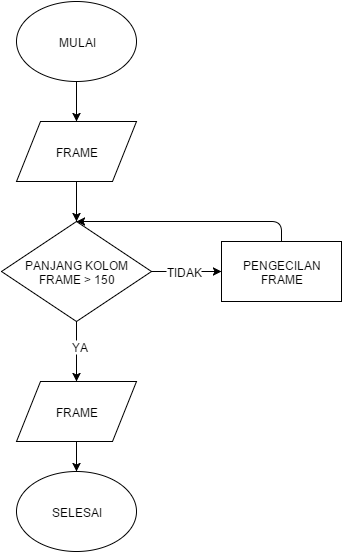
The draw.io diagram source/resizing.png in hamdimuzakkiy/bukuTA, before a commit. Source tidied: cells renumbered, new cells last; positions are measured from the earlier drawing's top-left corner, leaving out a move shared by most shapes.
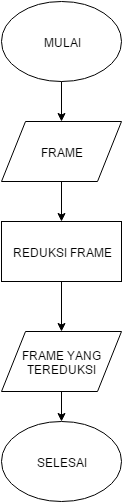
The same diagram one commit later.

Change to the diagram source:
```diff
@@ -8,45 +8,26 @@
     <mxCell id="3" value="MULAI" style="ellipse;whiteSpace=wrap;html=1;" parent="1" vertex="1">
       <mxGeometry x="15" width="120" height="80" as="geometry" />
     </mxCell>
-    <mxCell id="4" value="PENGECILAN FRAME" style="whiteSpace=wrap;html=1;" parent="1" vertex="1">
-      <mxGeometry x="220" y="240" width="120" height="60" as="geometry" />
+    <mxCell id="4" value="REDUKSI FRAME" style="whiteSpace=wrap;html=1;" parent="1" vertex="1">
+      <mxGeometry x="15" y="220" width="120" height="60" as="geometry" />
     </mxCell>
-    <mxCell id="5" value="PANJANG KOLOM FRAME &amp;gt; 150" style="rhombus;whiteSpace=wrap;html=1;" parent="1" vertex="1">
-      <mxGeometry y="220" width="150" height="100" as="geometry" />
-    </mxCell>
-    <mxCell id="6" value="FRAME" style="shape=parallelogram;whiteSpace=wrap;html=1;" parent="1" vertex="1">
-      <mxGeometry x="15" y="380" width="120" height="60" as="geometry" />
+    <mxCell id="6" value="FRAME YANG TEREDUKSI" style="shape=parallelogram;whiteSpace=wrap;html=1;" parent="1" vertex="1">
+      <mxGeometry x="15" y="330" width="120" height="60" as="geometry" />
     </mxCell>
     <mxCell id="7" value="SELESAI" style="ellipse;whiteSpace=wrap;html=1;" parent="1" vertex="1">
-      <mxGeometry x="15" y="470" width="120" height="80" as="geometry" />
+      <mxGeometry x="15" y="420" width="120" height="80" as="geometry" />
     </mxCell>
-    <mxCell id="8" style="endArrow=classic;html=1;entryX=0;entryY=0.5;exitX=1;exitY=0.5;" parent="1" edge="1" source="5" target="4">
-      <mxGeometry relative="1" as="geometry" />
-    </mxCell>
-    <mxCell id="9" value="TIDAK" style="text;html=1;align=center;verticalAlign=middle;labelBackgroundColor=#ffffff;" parent="8" vertex="1">
-      <mxGeometry x="-0.1" y="1" relative="1" as="geometry" />
-    </mxCell>
-    <mxCell id="10" style="endArrow=classic;html=1;entryX=0.5;entryY=0;exitX=0.5;exitY=1;" parent="1" edge="1" source="5" target="6">
+    <mxCell id="10" style="endArrow=classic;html=1;entryX=0.5;entryY=0;exitX=0.5;exitY=1;" parent="1" edge="1" source="4" target="6">
       <mxGeometry x="60" y="240" as="geometry" />
     </mxCell>
-    <mxCell id="11" value="YA" style="text;html=1;align=center;verticalAlign=middle;labelBackgroundColor=#ffffff;" parent="10" vertex="1">
-      <mxGeometry relative="1" as="geometry">
-        <mxPoint x="2" y="-6" as="offset" />
-      </mxGeometry>
-    </mxCell>
-    <mxCell id="12" style="endArrow=classic;html=1;exitX=0.5;exitY=1;entryX=0.5;entryY=0;" parent="1" edge="1" source="2" target="5">
-      <mxGeometry x="70" y="250" as="geometry" />
+    <mxCell id="12" style="endArrow=classic;html=1;exitX=0.5;exitY=1;entryX=0.5;entryY=0;" parent="1" edge="1" source="2">
+      <mxGeometry x="70" y="250" as="geometry">
+        <mxPoint x="75" y="220" as="targetPoint" />
+      </mxGeometry>
     </mxCell>
     <mxCell id="13" style="endArrow=classic;html=1;exitX=0.5;exitY=1;" parent="1" edge="1" source="3" target="2">
       <mxGeometry x="80" y="260" as="geometry" />
     </mxCell>
-    <mxCell id="14" style="endArrow=classic;html=1;exitX=0.5;exitY=0;entryX=0.5;entryY=0;" parent="1" edge="1" source="4" target="5">
-      <mxGeometry relative="1" as="geometry">
-        <Array as="points">
-          <mxPoint x="280" y="220" />
-        </Array>
-      </mxGeometry>
-    </mxCell>
     <mxCell id="15" style="endArrow=classic;html=1;exitX=0.5;exitY=1;entryX=0.5;entryY=0;" parent="1" edge="1" source="6" target="7">
       <mxGeometry relative="1" as="geometry" />
     </mxCell>
```
